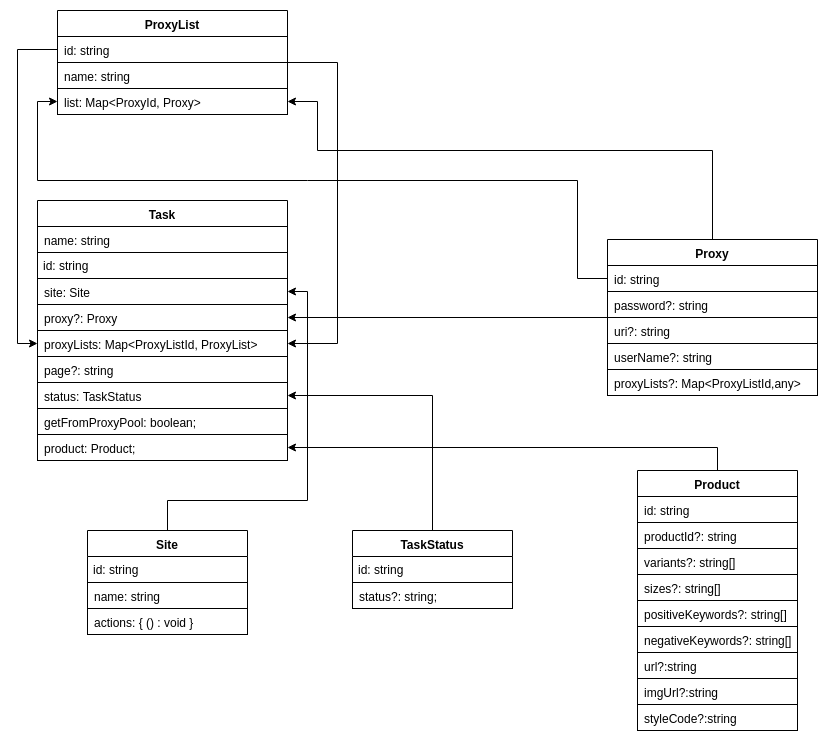
The draw.io diagram KTM-ERD.png in fk1018/KoiTaskManager, before a commit. Source tidied: cells renumbered, new cells last; positions are measured from the earlier drawing's top-left corner, leaving out a move shared by most shapes.
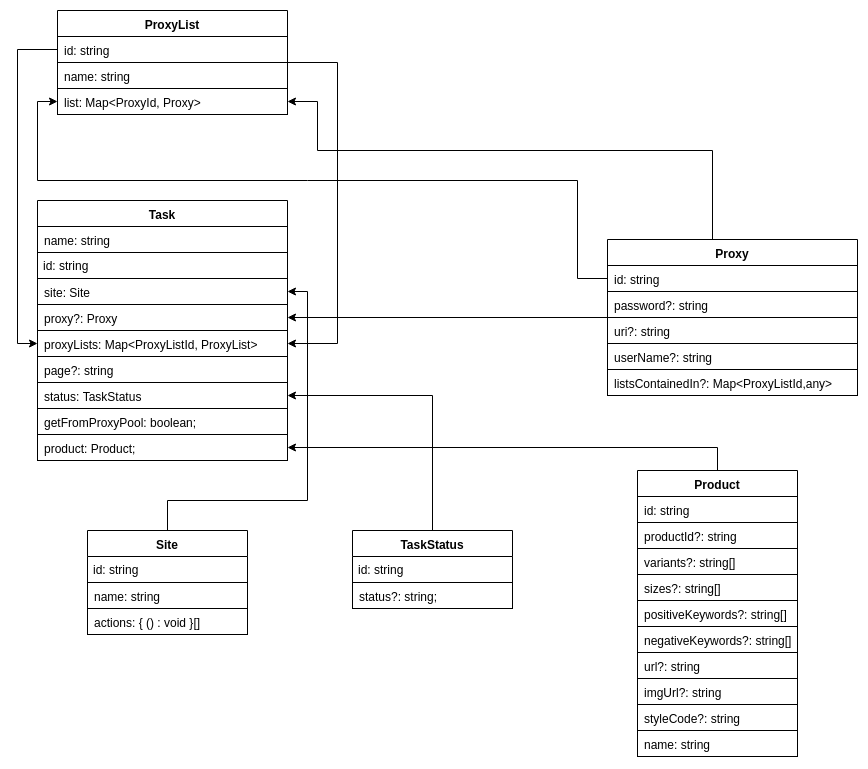
After the change.

The edit, as a diff of the source:
```diff
@@ -15,22 +15,22 @@
       <mxGeometry relative="1" as="geometry" />
     </mxCell>
     <mxCell id="4" value="Proxy&#10;" style="swimlane;fontStyle=1;align=center;verticalAlign=top;horizontal=1;startSize=26;" parent="1" vertex="1">
-      <mxGeometry x="570" y="229" width="210" height="156" as="geometry" />
+      <mxGeometry x="570" y="229" width="250" height="156" as="geometry" />
     </mxCell>
     <mxCell id="5" value="id: string" style="text;strokeColor=#000000;fillColor=none;align=left;verticalAlign=top;spacingLeft=4;spacingRight=4;overflow=hidden;points=[[0,0.5],[1,0.5]];portConstraint=eastwest;perimeterSpacing=0;" parent="4" vertex="1">
-      <mxGeometry y="26" width="210" height="26" as="geometry" />
+      <mxGeometry y="26" width="250" height="26" as="geometry" />
     </mxCell>
     <mxCell id="6" value="password?: string" style="text;strokeColor=#000000;fillColor=none;align=left;verticalAlign=top;spacingLeft=4;spacingRight=4;overflow=hidden;" parent="4" vertex="1">
-      <mxGeometry y="52" width="210" height="26" as="geometry" />
+      <mxGeometry y="52" width="250" height="26" as="geometry" />
     </mxCell>
     <mxCell id="7" value="uri?: string" style="text;strokeColor=#000000;fillColor=none;align=left;verticalAlign=top;spacingLeft=4;spacingRight=4;overflow=hidden;" parent="4" vertex="1">
-      <mxGeometry y="78" width="210" height="26" as="geometry" />
+      <mxGeometry y="78" width="250" height="26" as="geometry" />
     </mxCell>
     <mxCell id="8" value="userName?: string" style="text;strokeColor=#000000;fillColor=none;align=left;verticalAlign=top;spacingLeft=4;spacingRight=4;overflow=hidden;" parent="4" vertex="1">
-      <mxGeometry y="104" width="210" height="26" as="geometry" />
+      <mxGeometry y="104" width="250" height="26" as="geometry" />
     </mxCell>
-    <mxCell id="9" value="proxyLists?: Map&lt;ProxyListId,any&gt;" style="text;strokeColor=#000000;fillColor=none;align=left;verticalAlign=top;spacingLeft=4;spacingRight=4;overflow=hidden;" parent="4" vertex="1">
-      <mxGeometry y="130" width="210" height="26" as="geometry" />
+    <mxCell id="9" value="listsContainedIn?: Map&lt;ProxyListId,any&gt;" style="text;strokeColor=#000000;fillColor=none;align=left;verticalAlign=top;spacingLeft=4;spacingRight=4;overflow=hidden;" parent="4" vertex="1">
+      <mxGeometry y="130" width="250" height="26" as="geometry" />
     </mxCell>
     <mxCell id="10" style="edgeStyle=orthogonalEdgeStyle;rounded=0;jettySize=auto;html=1;entryX=1;entryY=0.5;entryDx=0;entryDy=0;" parent="1" edge="1" source="11" target="20">
       <mxGeometry relative="1" as="geometry">
@@ -112,14 +112,14 @@
     <mxCell id="32" value="name: string" style="text;strokeColor=#000000;fillColor=none;align=left;verticalAlign=top;spacingLeft=4;spacingRight=4;overflow=hidden;perimeterSpacing=0;" parent="30" vertex="1">
       <mxGeometry y="52" width="160" height="26" as="geometry" />
     </mxCell>
-    <mxCell id="33" value="actions: { () : void }" style="text;strokeColor=#000000;fillColor=none;align=left;verticalAlign=top;spacingLeft=4;spacingRight=4;overflow=hidden;" parent="30" vertex="1">
+    <mxCell id="33" value="actions: { () : void }[]" style="text;strokeColor=#000000;fillColor=none;align=left;verticalAlign=top;spacingLeft=4;spacingRight=4;overflow=hidden;" parent="30" vertex="1">
       <mxGeometry y="78" width="160" height="26" as="geometry" />
     </mxCell>
     <mxCell id="34" style="edgeStyle=orthogonalEdgeStyle;rounded=0;jettySize=auto;html=1;exitX=0.5;exitY=0;exitDx=0;exitDy=0;" parent="1" edge="1" source="35" target="24">
       <mxGeometry relative="1" as="geometry" />
     </mxCell>
     <mxCell id="35" value="Product" style="swimlane;fontStyle=1;align=center;verticalAlign=top;horizontal=1;startSize=26;" parent="1" vertex="1">
-      <mxGeometry x="600" y="460" width="160" height="260" as="geometry" />
+      <mxGeometry x="600" y="460" width="160" height="286" as="geometry" />
     </mxCell>
     <mxCell id="36" value="id: string" style="text;strokeColor=#000000;fillColor=none;align=left;verticalAlign=top;spacingLeft=4;spacingRight=4;overflow=hidden;perimeterSpacing=0;" parent="35" vertex="1">
       <mxGeometry y="26" width="160" height="26" as="geometry" />
@@ -139,15 +139,18 @@
     <mxCell id="41" value="negativeKeywords?: string[]" style="text;strokeColor=#000000;fillColor=none;align=left;verticalAlign=top;spacingLeft=4;spacingRight=4;overflow=hidden;" parent="35" vertex="1">
       <mxGeometry y="156" width="160" height="26" as="geometry" />
     </mxCell>
-    <mxCell id="42" value="url?:string" style="text;strokeColor=#000000;fillColor=none;align=left;verticalAlign=top;spacingLeft=4;spacingRight=4;overflow=hidden;perimeterSpacing=0;" parent="35" vertex="1">
+    <mxCell id="42" value="url?: string" style="text;strokeColor=#000000;fillColor=none;align=left;verticalAlign=top;spacingLeft=4;spacingRight=4;overflow=hidden;perimeterSpacing=0;" parent="35" vertex="1">
       <mxGeometry y="182" width="160" height="26" as="geometry" />
     </mxCell>
-    <mxCell id="43" value="imgUrl?:string" style="text;strokeColor=#000000;fillColor=none;align=left;verticalAlign=top;spacingLeft=4;spacingRight=4;overflow=hidden;" parent="35" vertex="1">
+    <mxCell id="43" value="imgUrl?: string" style="text;strokeColor=#000000;fillColor=none;align=left;verticalAlign=top;spacingLeft=4;spacingRight=4;overflow=hidden;" parent="35" vertex="1">
       <mxGeometry y="208" width="160" height="26" as="geometry" />
     </mxCell>
-    <mxCell id="44" value="styleCode?:string" style="text;strokeColor=#000000;fillColor=none;align=left;verticalAlign=top;spacingLeft=4;spacingRight=4;overflow=hidden;" parent="35" vertex="1">
+    <mxCell id="44" value="styleCode?: string" style="text;strokeColor=#000000;fillColor=none;align=left;verticalAlign=top;spacingLeft=4;spacingRight=4;overflow=hidden;" parent="35" vertex="1">
       <mxGeometry y="234" width="160" height="26" as="geometry" />
     </mxCell>
+    <mxCell id="47" value="name: string" style="text;strokeColor=#000000;fillColor=none;align=left;verticalAlign=top;spacingLeft=4;spacingRight=4;overflow=hidden;" parent="35" vertex="1">
+      <mxGeometry y="260" width="160" height="26" as="geometry" />
+    </mxCell>
     <mxCell id="45" style="edgeStyle=orthogonalEdgeStyle;rounded=0;jettySize=auto;html=1;exitX=0;exitY=0.5;exitDx=0;exitDy=0;entryX=0;entryY=0.5;entryDx=0;entryDy=0;" parent="1" edge="1" source="5" target="14">
       <mxGeometry relative="1" as="geometry">
         <Array as="points">
```
